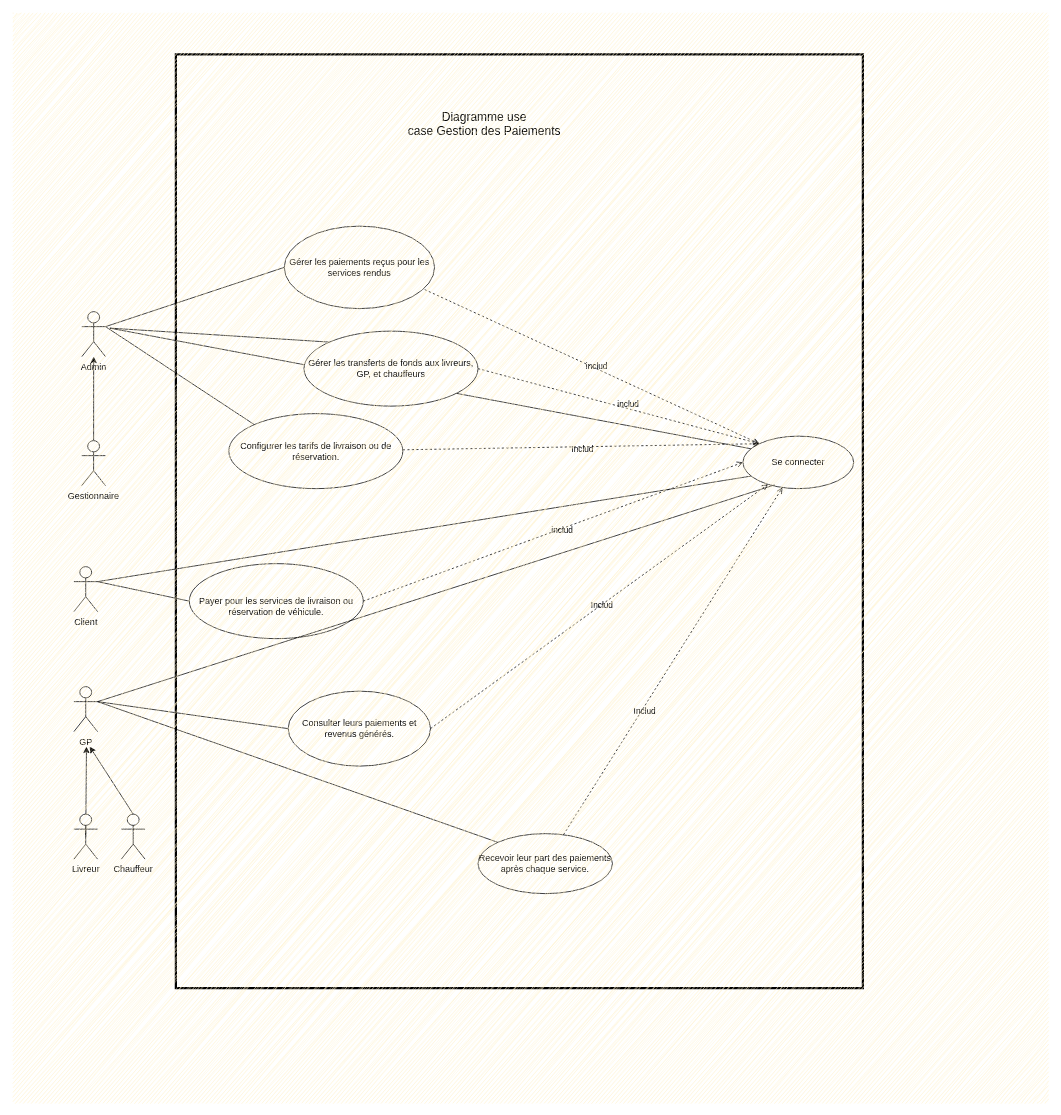
The draw.io diagram page "Diagramme use case Gestion des Paiements" (5 of 6) of Diagramme sans nom.drawio in BounAbdallah/tuto, before the edit. Source tidied: cells renumbered, new cells numbered last; positions are measured from the earlier drawing's top-left corner, leaving out a move shared by most shapes. Both pictures are drawn from the tidied source at 75%, with x=0, y=0 at pixel (13, 13).
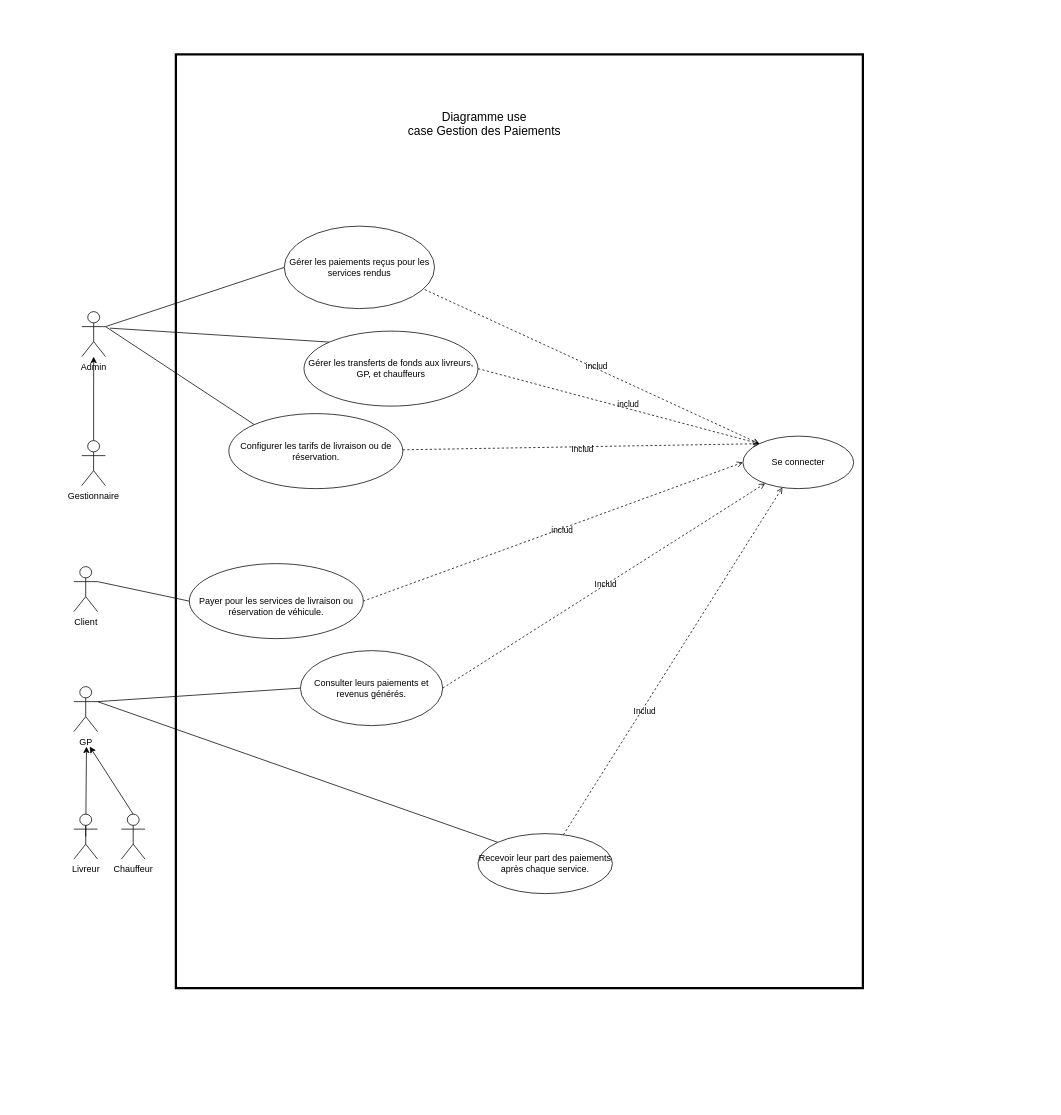
After the change.

The change refers to these unchanged cells:
```xml
<mxCell id="2" style="group;" parent="1" vertex="1">
  <mxGeometry width="1380" height="1453" as="geometry" />
</mxCell>
<mxCell id="9" value="Se connecter" style="ellipse;whiteSpace=wrap;html=1;" parent="2" vertex="1">
  <mxGeometry x="973.1" y="564" width="147.6" height="70" as="geometry" />
</mxCell>
<mxCell id="20" value="Client" style="shape=umlActor;html=1;verticalLabelPosition=bottom;verticalAlign=top;align=center;" parent="2" vertex="1">
  <mxGeometry x="81" y="738" width="31.6" height="60" as="geometry" />
</mxCell>
<mxCell id="23" value="GP" style="shape=umlActor;html=1;verticalLabelPosition=bottom;verticalAlign=top;align=center;" parent="2" vertex="1">
  <mxGeometry x="81" y="898" width="31.6" height="60" as="geometry" />
</mxCell>
```

Change to the diagram source:
```diff
@@
-    <mxCell id="8" style="rounded=0;jettySize=auto;html=1;exitX=0.072;exitY=0.241;exitDx=0;exitDy=0;endArrow=none;endFill=0;exitPerimeter=0;" parent="2" edge="1" source="9">
-      <mxGeometry relative="1" as="geometry">
-        <mxPoint x="129" y="420" as="targetPoint" />
-      </mxGeometry>
-    </mxCell>
@@
-    <mxCell id="27" style="rounded=0;jettySize=auto;html=1;exitX=1;exitY=0.3333333333333333;exitDx=0;exitDy=0;exitPerimeter=0;endArrow=none;endFill=0;entryX=0.071;entryY=0.762;entryDx=0;entryDy=0;entryPerimeter=0;" parent="2" edge="1" source="20" target="9">
-      <mxGeometry relative="1" as="geometry" />
-    </mxCell>
-    <mxCell id="28" style="rounded=0;jettySize=auto;html=1;exitX=1;exitY=0.3333333333333333;exitDx=0;exitDy=0;exitPerimeter=0;entryX=0.286;entryY=0.929;entryDx=0;entryDy=0;entryPerimeter=0;endArrow=none;endFill=0;" parent="2" edge="1" source="23" target="9">
-      <mxGeometry relative="1" as="geometry" />
-    </mxCell>
     <mxCell id="29" value="&lt;div&gt;&lt;br&gt;&lt;/div&gt;&lt;div&gt;Consulter leurs paiements et revenus générés.&lt;/div&gt;&lt;div&gt;&lt;br&gt;&lt;/div&gt;" style="ellipse;whiteSpace=wrap;html=1;" parent="2" vertex="1">
-      <mxGeometry x="366.7" y="904" width="189.8" height="100" as="geometry" />
+      <mxGeometry x="383" y="850" width="189.8" height="100" as="geometry" />
     </mxCell>
@@
-    <mxCell id="42" style="group;fillColor=#fff2cc;strokeColor=none;sketch=1;curveFitting=1;jiggle=2;" parent="2" vertex="1">
+    <mxCell id="42" style="group;fillColor=none;strokeColor=none;" parent="2" vertex="1">
       <mxGeometry width="1380" height="1453" as="geometry" />
     </mxCell>
```
